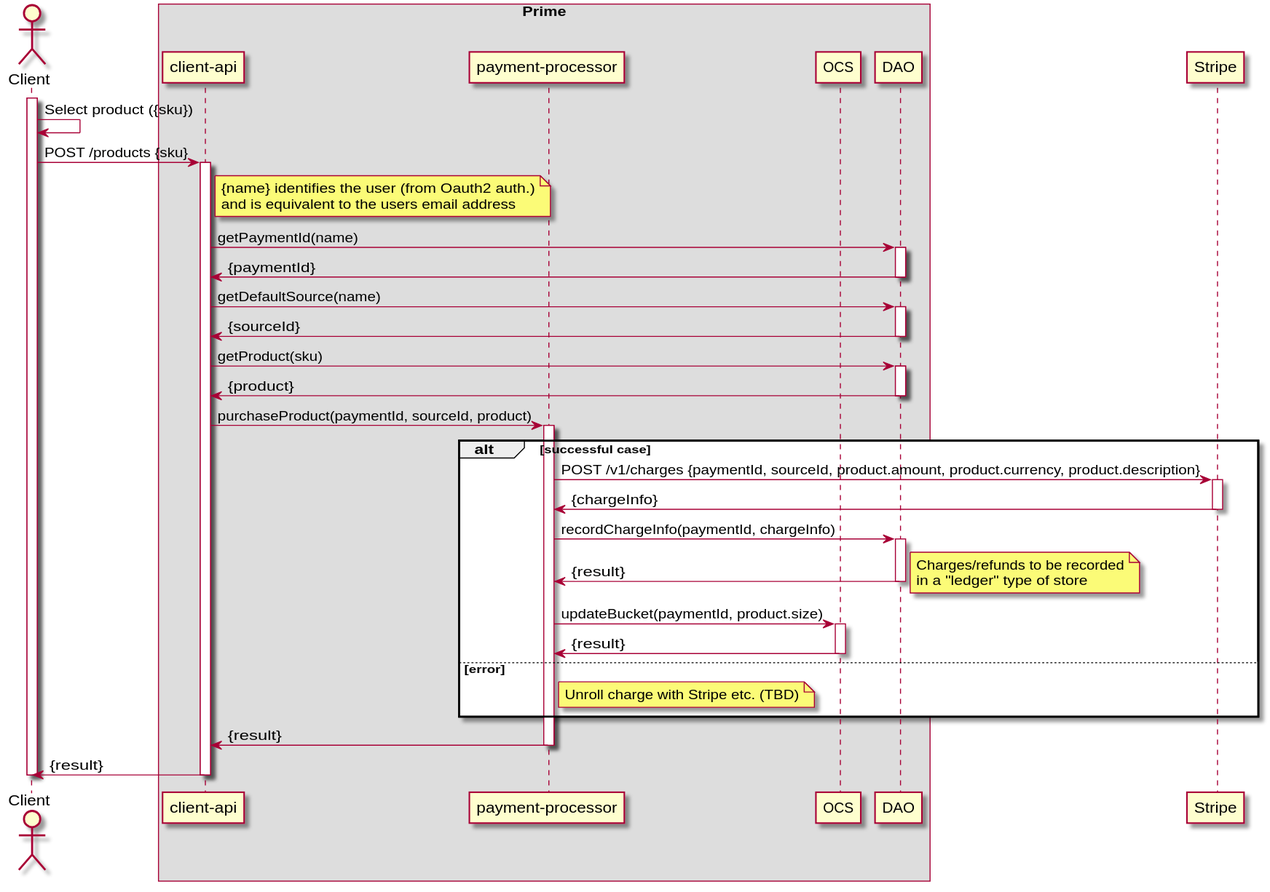
Above: payment-processor/doc/diagrams/purchase-with-default-source.svg in ostelco/ostelco-core (PlantUML), before the change.
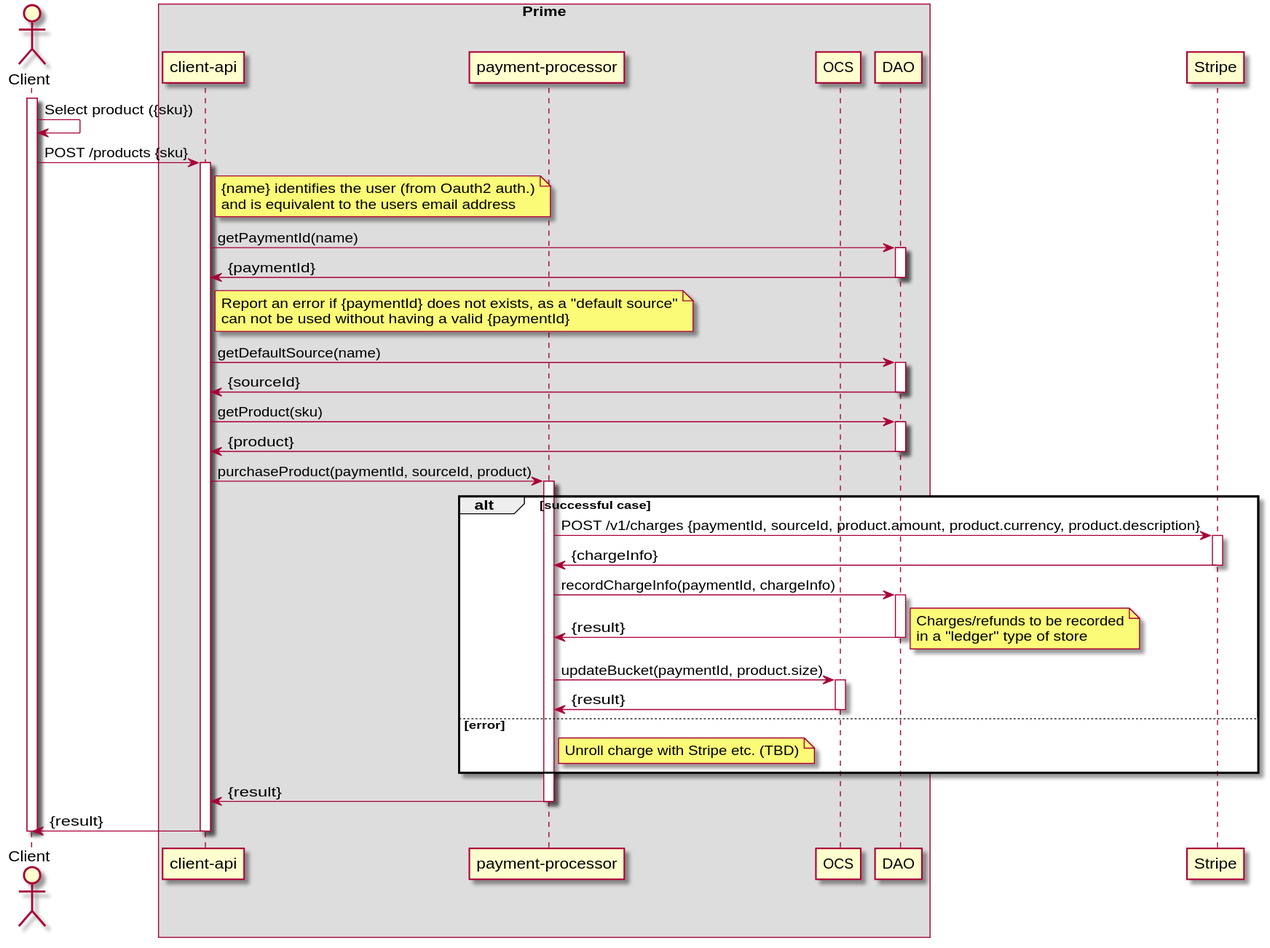
The same file after the commit.

Change to the diagram source:
```diff
@@ -26,6 +26,11 @@
     activate DAO
     DAO -> "client-api" : {paymentId}
     deactivate DAO
+
+    note right of "client-api"
+        Report an error if {paymentId} does not exists, as a "default source"
+        can not be used without having a valid {paymentId}
+    end note
 
     "client-api" -> DAO : getDefaultSource(name)
     activate DAO
```
